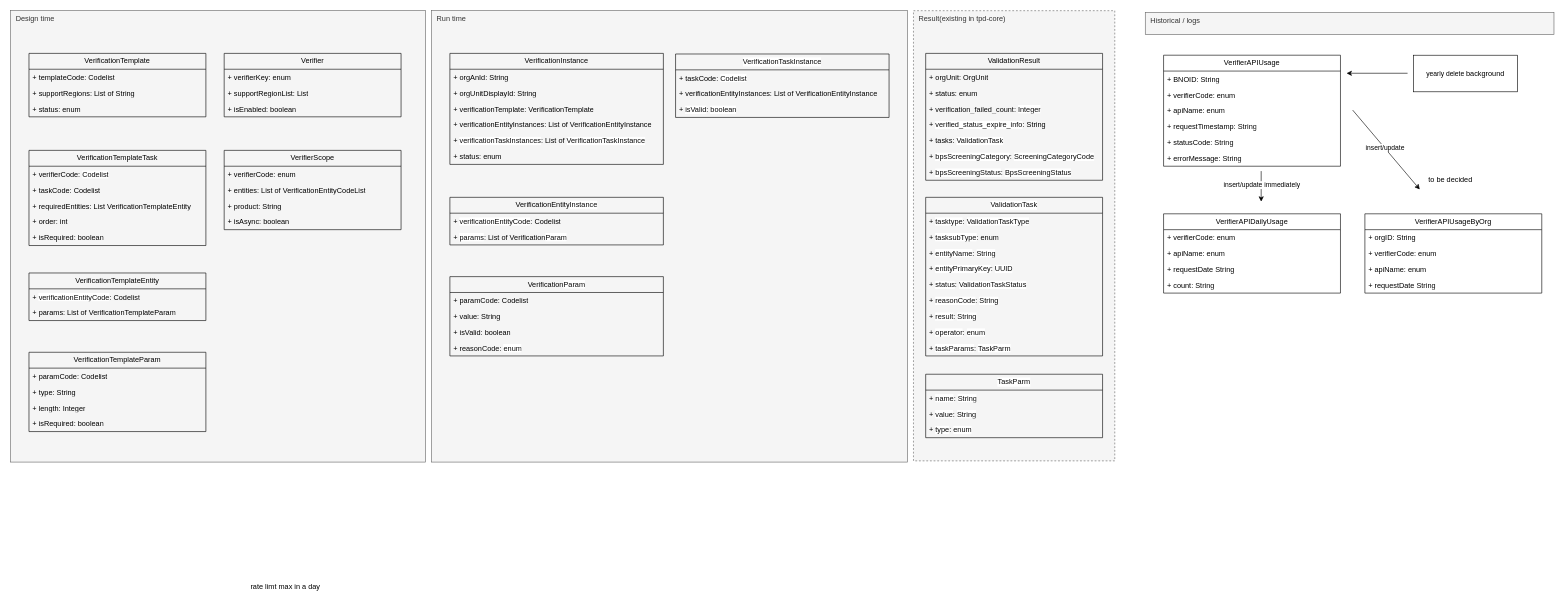
Before: page "Modeling" (3 of 9) of verification_framework.drawio in huangshijie/Drawio, a draw.io diagram. Source tidied: cells renumbered, new cells numbered last; positions are measured from the earlier drawing's top-left corner, leaving out a move shared by most shapes. Both pictures are drawn from the tidied source at 61%, with x=0, y=0 at pixel (10, 10).
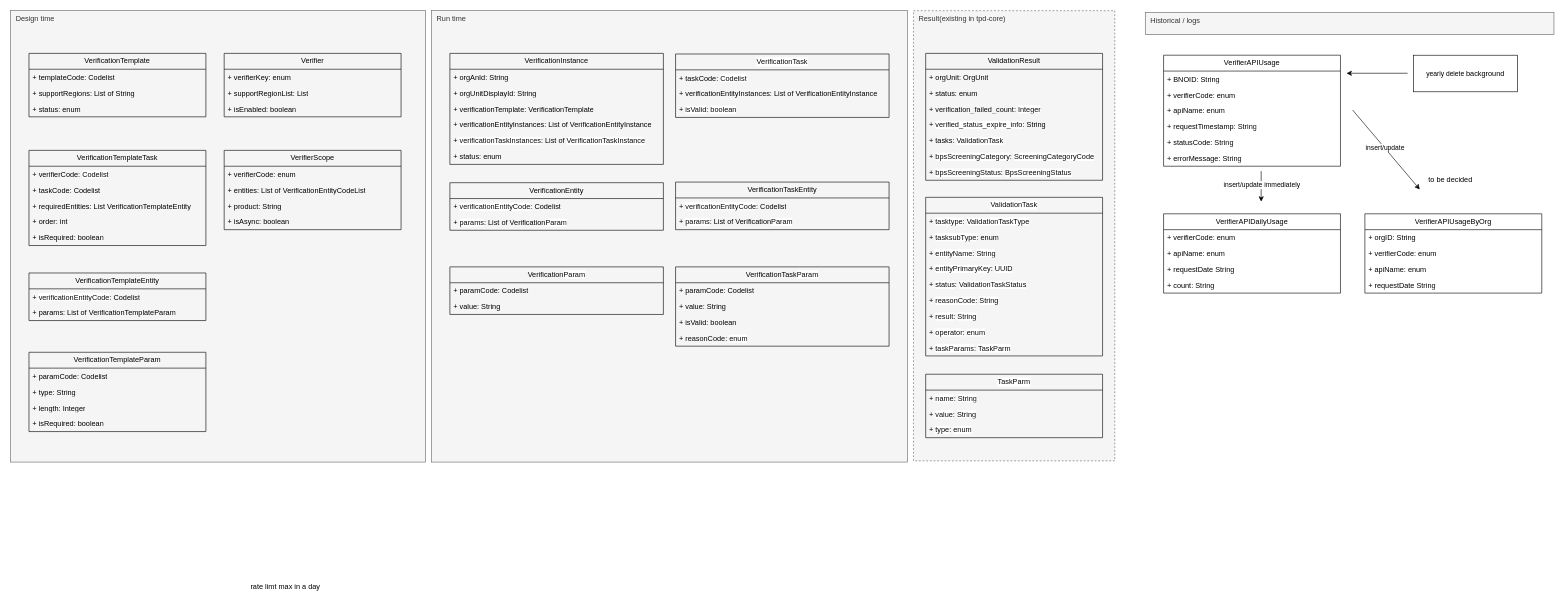
The same diagram, later.

The edit, as a diff of the source:
```diff
@@
-    <mxCell id="13" value="&lt;div style=&quot;background-color: rgb(255, 255, 255); color: rgb(8, 8, 8); font-size: 12px;&quot;&gt;&lt;div style=&quot;font-size: 12px;&quot;&gt;&lt;span&gt;&lt;span dir=&quot;ltr&quot; class=&quot;ui-provider a b c d e f g h i j k l m n o p q r s t u v w x y z ab ac ae af ag ah ai aj ak&quot;&gt;VerificationTaskInstance&lt;/span&gt;&lt;/span&gt;&lt;/div&gt;&lt;/div&gt;" style="swimlane;fontStyle=0;horizontal=1;startSize=26;fillColor=none;whiteSpace=wrap;html=1;fontFamily=Helvetica;fontSize=12;" parent="1" vertex="1">
+    <mxCell id="13" value="&lt;div style=&quot;background-color: rgb(255, 255, 255); color: rgb(8, 8, 8); font-size: 12px;&quot;&gt;&lt;div style=&quot;font-size: 12px;&quot;&gt;&lt;span&gt;&lt;span dir=&quot;ltr&quot; class=&quot;ui-provider a b c d e f g h i j k l m n o p q r s t u v w x y z ab ac ae af ag ah ai aj ak&quot;&gt;VerificationTask&lt;/span&gt;&lt;/span&gt;&lt;/div&gt;&lt;/div&gt;" style="swimlane;fontStyle=0;horizontal=1;startSize=26;fillColor=none;whiteSpace=wrap;html=1;fontFamily=Helvetica;fontSize=12;" parent="1" vertex="1">
       <mxGeometry x="1090" y="71" width="350" height="104" as="geometry" />
     </mxCell>
@@
     <mxCell id="51" value="&lt;span style=&quot;text-align: left; background-color: initial;&quot;&gt;Verification&lt;/span&gt;&lt;span style=&quot;text-align: left; background-color: rgb(255, 255, 255); color: rgb(8, 8, 8);&quot;&gt;Param&lt;/span&gt;" style="swimlane;fontStyle=0;horizontal=1;startSize=26;fillColor=none;whiteSpace=wrap;html=1;fontFamily=Helvetica;fontSize=12;" parent="1" vertex="1">
-      <mxGeometry x="720" y="436" width="350" height="130" as="geometry" />
+      <mxGeometry x="720" y="420" width="350" height="78" as="geometry" />
     </mxCell>
@@
-    <mxCell id="54" value="+ isValid: boolean" style="text;strokeColor=none;fillColor=none;align=left;verticalAlign=top;spacingLeft=4;spacingRight=4;overflow=hidden;whiteSpace=wrap;html=1;fontFamily=Helvetica;fontSize=12;" parent="51" vertex="1">
-      <mxGeometry y="78" width="350" height="26" as="geometry" />
-    </mxCell>
-    <mxCell id="55" value="+&amp;nbsp;&lt;span style=&quot;color: rgb(8, 8, 8); font-size: 12px; text-align: center; background-color: initial;&quot;&gt;reasonCode&lt;/span&gt;&lt;span style=&quot;background-color: initial; font-size: 12px;&quot;&gt;:&amp;nbsp;&lt;/span&gt;&lt;span style=&quot;font-size: 12px; background-color: rgb(255, 255, 255); color: rgb(8, 8, 8);&quot;&gt;enum&lt;/span&gt;" style="text;strokeColor=none;fillColor=none;align=left;verticalAlign=top;spacingLeft=4;spacingRight=4;overflow=hidden;whiteSpace=wrap;html=1;fontFamily=Helvetica;fontStyle=0;fontSize=12;" parent="51" vertex="1">
-      <mxGeometry y="104" width="350" height="26" as="geometry" />
-    </mxCell>
@@
-    <mxCell id="98" value="&lt;span style=&quot;text-align: left; background-color: initial;&quot;&gt;VerificationEntity&lt;/span&gt;&lt;span style=&quot;text-align: left; background-color: rgb(255, 255, 255);&quot;&gt;&lt;font color=&quot;#080808&quot;&gt;Instance&lt;/font&gt;&lt;/span&gt;" style="swimlane;fontStyle=0;horizontal=1;startSize=26;fillColor=none;whiteSpace=wrap;html=1;fontFamily=Helvetica;fontSize=12;" parent="1" vertex="1">
-      <mxGeometry x="720" y="306" width="350" height="78" as="geometry" />
+    <mxCell id="98" value="&lt;span style=&quot;text-align: left; background-color: initial;&quot;&gt;VerificationEntity&lt;/span&gt;" style="swimlane;fontStyle=0;horizontal=1;startSize=26;fillColor=none;whiteSpace=wrap;html=1;fontFamily=Helvetica;fontSize=12;" parent="1" vertex="1">
+      <mxGeometry x="720" y="282" width="350" height="78" as="geometry" />
     </mxCell>
@@
+    <mxCell id="101" value="&lt;span style=&quot;text-align: left; background-color: initial;&quot;&gt;VerificationTaskEntity&lt;/span&gt;" style="swimlane;fontStyle=0;horizontal=1;startSize=26;fillColor=none;whiteSpace=wrap;html=1;fontFamily=Helvetica;fontSize=12;" parent="1" vertex="1">
+      <mxGeometry x="1090" y="281" width="350" height="78" as="geometry" />
+    </mxCell>
+    <mxCell id="102" value="+&amp;nbsp;&lt;span style=&quot;background-color: rgb(255, 255, 255); color: rgb(8, 8, 8);&quot;&gt;verificationEntityCode&lt;/span&gt;&lt;span style=&quot;background-color: initial;&quot;&gt;: Codelist&lt;/span&gt;" style="text;strokeColor=none;fillColor=none;align=left;verticalAlign=top;spacingLeft=4;spacingRight=4;overflow=hidden;whiteSpace=wrap;html=1;fontFamily=Helvetica;fontSize=12;" parent="101" vertex="1">
+      <mxGeometry y="26" width="350" height="26" as="geometry" />
+    </mxCell>
+    <mxCell id="103" value="+&amp;nbsp;&lt;span style=&quot;font-size: 12px; background-color: rgb(255, 255, 255); color: rgb(8, 8, 8);&quot;&gt;params&lt;/span&gt;&lt;span style=&quot;background-color: initial; font-size: 12px;&quot;&gt;: List of Verification&lt;/span&gt;&lt;span style=&quot;font-size: 12px; background-color: rgb(255, 255, 255); color: rgb(8, 8, 8);&quot;&gt;Param&lt;/span&gt;" style="text;strokeColor=none;fillColor=none;align=left;verticalAlign=top;spacingLeft=4;spacingRight=4;overflow=hidden;whiteSpace=wrap;html=1;fontFamily=Helvetica;fontSize=12;" parent="101" vertex="1">
+      <mxGeometry y="52" width="350" height="26" as="geometry" />
+    </mxCell>
+    <mxCell id="104" value="&lt;span style=&quot;text-align: left; background-color: initial;&quot;&gt;VerificationTask&lt;/span&gt;&lt;span style=&quot;text-align: left; background-color: rgb(255, 255, 255); color: rgb(8, 8, 8);&quot;&gt;Param&lt;/span&gt;" style="swimlane;fontStyle=0;horizontal=1;startSize=26;fillColor=none;whiteSpace=wrap;html=1;fontFamily=Helvetica;fontSize=12;" parent="1" vertex="1">
+      <mxGeometry x="1090" y="420" width="350" height="130" as="geometry" />
+    </mxCell>
+    <mxCell id="105" value="+ paramCode: Codelist" style="text;strokeColor=none;fillColor=none;align=left;verticalAlign=top;spacingLeft=4;spacingRight=4;overflow=hidden;whiteSpace=wrap;html=1;fontFamily=Helvetica;fontSize=12;" parent="104" vertex="1">
+      <mxGeometry y="26" width="350" height="26" as="geometry" />
+    </mxCell>
+    <mxCell id="106" value="+ value: String" style="text;strokeColor=none;fillColor=none;align=left;verticalAlign=top;spacingLeft=4;spacingRight=4;overflow=hidden;whiteSpace=wrap;html=1;" parent="104" vertex="1">
+      <mxGeometry y="52" width="350" height="26" as="geometry" />
+    </mxCell>
+    <mxCell id="54" value="+ isValid: boolean" style="text;strokeColor=none;fillColor=none;align=left;verticalAlign=top;spacingLeft=4;spacingRight=4;overflow=hidden;whiteSpace=wrap;html=1;fontFamily=Helvetica;fontSize=12;" parent="104" vertex="1">
+      <mxGeometry y="78" width="350" height="26" as="geometry" />
+    </mxCell>
+    <mxCell id="55" value="+&amp;nbsp;&lt;span style=&quot;color: rgb(8, 8, 8); font-size: 12px; text-align: center; background-color: initial;&quot;&gt;reasonCode&lt;/span&gt;&lt;span style=&quot;background-color: initial; font-size: 12px;&quot;&gt;:&amp;nbsp;&lt;/span&gt;&lt;span style=&quot;font-size: 12px; background-color: rgb(255, 255, 255); color: rgb(8, 8, 8);&quot;&gt;enum&lt;/span&gt;" style="text;strokeColor=none;fillColor=none;align=left;verticalAlign=top;spacingLeft=4;spacingRight=4;overflow=hidden;whiteSpace=wrap;html=1;fontFamily=Helvetica;fontStyle=0;fontSize=12;" parent="104" vertex="1">
+      <mxGeometry y="104" width="350" height="26" as="geometry" />
+    </mxCell>
```
